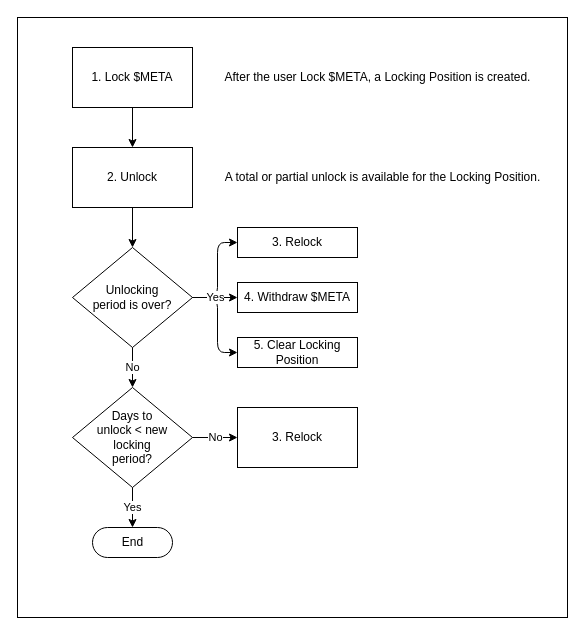
Earlier version of the draw.io diagram media/process.drawio (Meta-Pool/meta-vote-contracts). Source tidied: cells renumbered, new cells numbered last; positions are measured from the earlier drawing's top-left corner, leaving out a move shared by most shapes. Both pictures are drawn from the tidied source at 100%, with x=0, y=0 at pixel (17, 17).
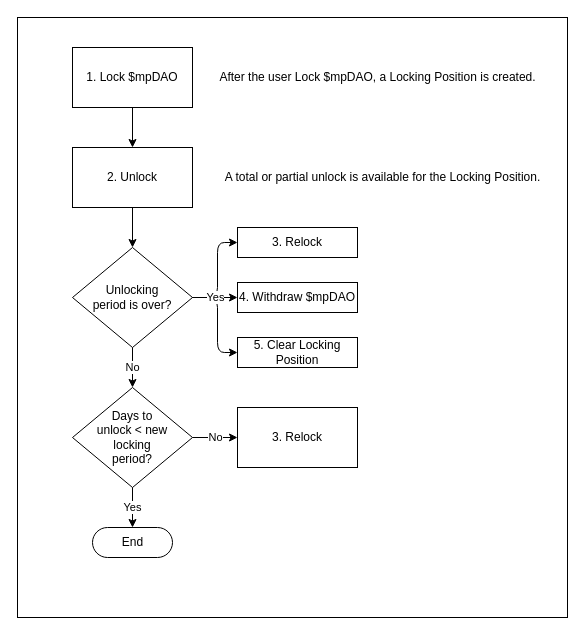
The same diagram, later.

The edit, as a diff of the source:
```diff
@@
-    <mxCell id="4" value="&lt;font color=&quot;#000000&quot;&gt;1. Lock $META&lt;/font&gt;" style="whiteSpace=wrap;html=1;fillColor=#FFFFFF;strokeColor=#000000;" parent="1" vertex="1">
+    <mxCell id="4" value="&lt;font color=&quot;#000000&quot;&gt;1. Lock $mpDAO&lt;/font&gt;" style="whiteSpace=wrap;html=1;fillColor=#FFFFFF;strokeColor=#000000;" parent="1" vertex="1">
       <mxGeometry x="55" y="30" width="120" height="60" as="geometry" />
     </mxCell>
@@
-    <mxCell id="7" value="&lt;font color=&quot;#000000&quot; style=&quot;background-color: rgb(255 , 255 , 255)&quot;&gt;After the user Lock $META, a Locking Position is created.&lt;br&gt;&lt;/font&gt;" style="text;html=1;align=center;verticalAlign=middle;fillColor=none;strokeColor=none;rounded=0;" parent="1" vertex="1">
+    <mxCell id="7" value="&lt;font color=&quot;#000000&quot; style=&quot;background-color: rgb(255 , 255 , 255)&quot;&gt;After the user Lock $mpDAO, a Locking Position is created.&lt;br&gt;&lt;/font&gt;" style="text;html=1;align=center;verticalAlign=middle;fillColor=none;strokeColor=none;rounded=0;" parent="1" vertex="1">
       <mxGeometry x="200" y="50" width="320" height="20" as="geometry" />
     </mxCell>
@@
-    <mxCell id="16" value="&lt;font color=&quot;#000000&quot;&gt;4. Withdraw $META&lt;br&gt;&lt;/font&gt;" style="whiteSpace=wrap;html=1;fillColor=#FFFFFF;strokeColor=#000000;" parent="1" vertex="1">
+    <mxCell id="16" value="&lt;font color=&quot;#000000&quot;&gt;4. Withdraw $mpDAO&lt;br&gt;&lt;/font&gt;" style="whiteSpace=wrap;html=1;fillColor=#FFFFFF;strokeColor=#000000;" parent="1" vertex="1">
       <mxGeometry x="220" y="265" width="120" height="30" as="geometry" />
     </mxCell>
```
